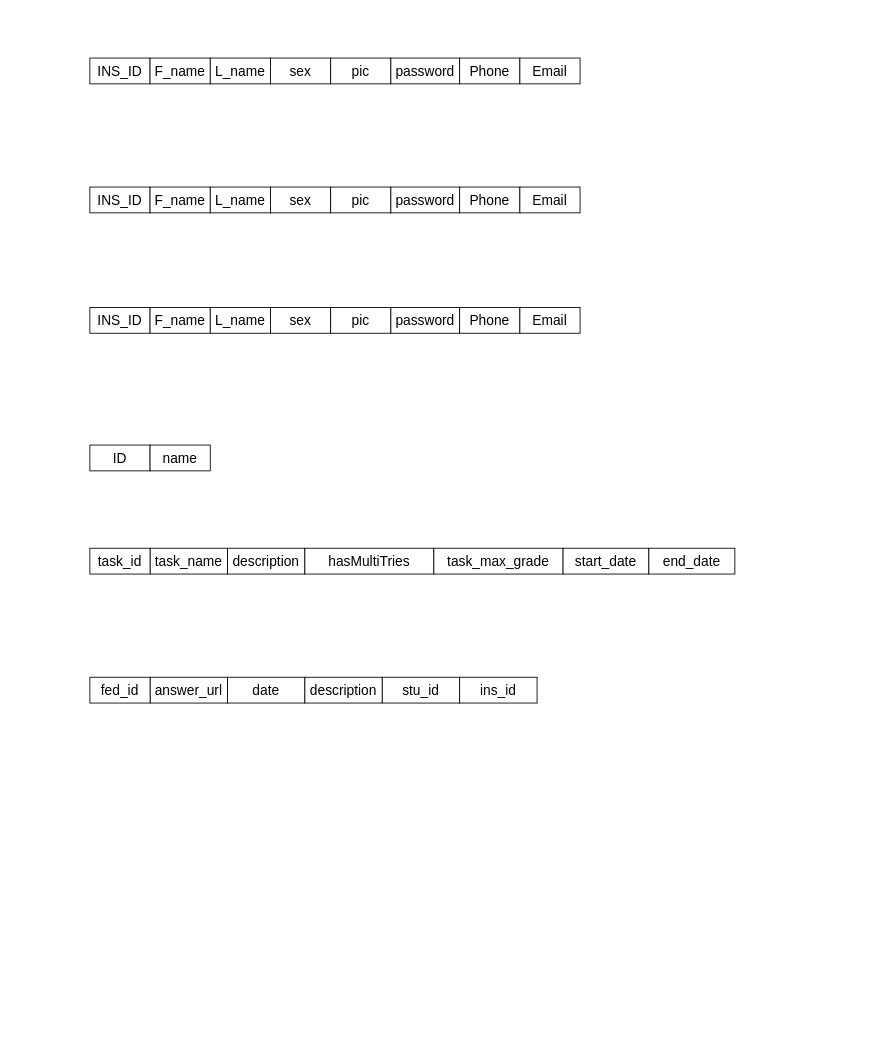
Before: page "Page-1" (1 of 2) of relational_schema.drawio in Nawaf9529/project-diagrams-1, a draw.io diagram. Source tidied: cells renumbered, new cells numbered last; positions are measured from the earlier drawing's top-left corner, leaving out a move shared by most shapes. Both pictures are drawn from the tidied source at 86%, with x=0, y=0 at pixel (89, 58).
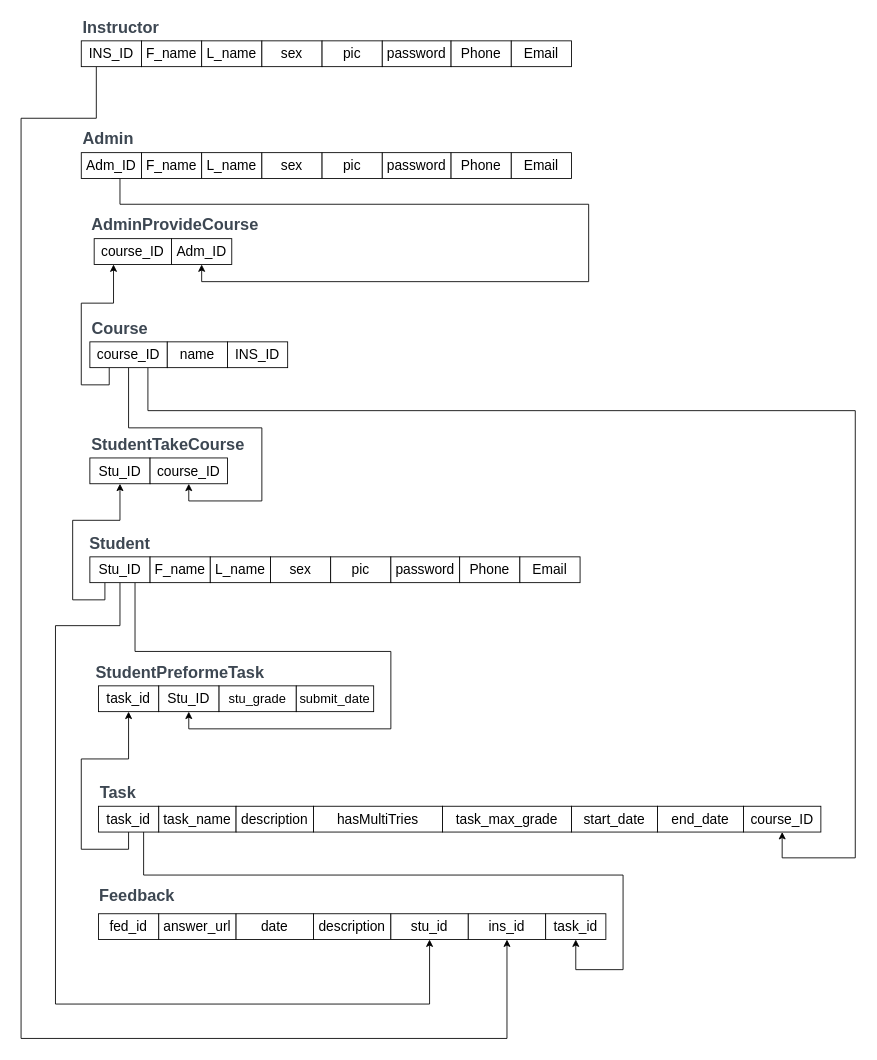
The same diagram, later.

Diff of the diagram source:
```diff
@@
+    <mxCell id="41" style="edgeStyle=orthogonalEdgeStyle;rounded=0;jettySize=auto;html=1;exitX=0.25;exitY=1;exitDx=0;exitDy=0;entryX=0.5;entryY=1;entryDx=0;entryDy=0;" parent="1" edge="1" source="2" target="40">
+      <mxGeometry relative="1" as="geometry">
+        <Array as="points">
+          <mxPoint x="8" y="70" />
+          <mxPoint x="-80" y="70" />
+          <mxPoint x="-80" y="1140" />
+          <mxPoint x="485" y="1140" />
+        </Array>
+      </mxGeometry>
+    </mxCell>
     <mxCell id="2" value="&lt;font style=&quot;font-size: 16px;&quot;&gt;INS_ID&lt;/font&gt;" style="rounded=0;whiteSpace=wrap;html=1;" parent="1" vertex="1">
-      <mxGeometry width="70" height="30" as="geometry" />
+      <mxGeometry x="-10" y="-20" width="70" height="30" as="geometry" />
     </mxCell>
     <mxCell id="3" value="&lt;font style=&quot;font-size: 16px;&quot;&gt;F_name&lt;/font&gt;" style="rounded=0;whiteSpace=wrap;html=1;" parent="1" vertex="1">
-      <mxGeometry x="70" width="70" height="30" as="geometry" />
+      <mxGeometry x="60" y="-20" width="70" height="30" as="geometry" />
     </mxCell>
     <mxCell id="4" value="&lt;font style=&quot;font-size: 16px;&quot;&gt;L_name&lt;/font&gt;" style="rounded=0;whiteSpace=wrap;html=1;" parent="1" vertex="1">
-      <mxGeometry x="140" width="70" height="30" as="geometry" />
+      <mxGeometry x="130" y="-20" width="70" height="30" as="geometry" />
     </mxCell>
     <mxCell id="5" value="&lt;font style=&quot;font-size: 16px;&quot;&gt;sex&lt;/font&gt;" style="rounded=0;whiteSpace=wrap;html=1;" parent="1" vertex="1">
-      <mxGeometry x="210" width="70" height="30" as="geometry" />
+      <mxGeometry x="200" y="-20" width="70" height="30" as="geometry" />
     </mxCell>
     <mxCell id="6" value="&lt;font style=&quot;font-size: 16px;&quot;&gt;pic&lt;/font&gt;" style="rounded=0;whiteSpace=wrap;html=1;" parent="1" vertex="1">
-      <mxGeometry x="280" width="70" height="30" as="geometry" />
+      <mxGeometry x="270" y="-20" width="70" height="30" as="geometry" />
     </mxCell>
     <mxCell id="7" value="&lt;font style=&quot;font-size: 16px;&quot;&gt;password&lt;/font&gt;" style="rounded=0;whiteSpace=wrap;html=1;" parent="1" vertex="1">
-      <mxGeometry x="350" width="80" height="30" as="geometry" />
+      <mxGeometry x="340" y="-20" width="80" height="30" as="geometry" />
     </mxCell>
     <mxCell id="8" value="&lt;font style=&quot;font-size: 16px;&quot;&gt;Phone&lt;/font&gt;" style="rounded=0;whiteSpace=wrap;html=1;" parent="1" vertex="1">
-      <mxGeometry x="430" width="70" height="30" as="geometry" />
+      <mxGeometry x="420" y="-20" width="70" height="30" as="geometry" />
     </mxCell>
     <mxCell id="9" value="&lt;font style=&quot;font-size: 16px;&quot;&gt;Email&lt;/font&gt;" style="rounded=0;whiteSpace=wrap;html=1;" parent="1" vertex="1">
-      <mxGeometry x="500" width="70" height="30" as="geometry" />
+      <mxGeometry x="490" y="-20" width="70" height="30" as="geometry" />
     </mxCell>
+    <mxCell id="42" style="edgeStyle=orthogonalEdgeStyle;rounded=0;jettySize=auto;html=1;entryX=0.5;entryY=1;entryDx=0;entryDy=0;exitX=0.25;exitY=1;exitDx=0;exitDy=0;" parent="1" edge="1" source="10" target="60">
+      <mxGeometry relative="1" as="geometry" />
+    </mxCell>
+    <mxCell id="43" style="edgeStyle=orthogonalEdgeStyle;rounded=0;jettySize=auto;html=1;exitX=0.75;exitY=1;exitDx=0;exitDy=0;entryX=0.5;entryY=1;entryDx=0;entryDy=0;" parent="1" edge="1" source="10" target="66">
+      <mxGeometry relative="1" as="geometry">
+        <Array as="points">
+          <mxPoint x="53" y="690" />
+          <mxPoint x="350" y="690" />
+          <mxPoint x="350" y="780" />
+          <mxPoint x="115" y="780" />
+        </Array>
+      </mxGeometry>
+    </mxCell>
+    <mxCell id="44" style="edgeStyle=orthogonalEdgeStyle;rounded=0;jettySize=auto;html=1;exitX=0.5;exitY=1;exitDx=0;exitDy=0;entryX=0.5;entryY=1;entryDx=0;entryDy=0;" parent="1" edge="1" source="10" target="39">
+      <mxGeometry relative="1" as="geometry">
+        <Array as="points">
+          <mxPoint x="35" y="660" />
+          <mxPoint x="-40" y="660" />
+          <mxPoint x="-40" y="1100" />
+          <mxPoint x="395" y="1100" />
+        </Array>
+      </mxGeometry>
+    </mxCell>
-    <mxCell id="10" value="&lt;font style=&quot;font-size: 16px;&quot;&gt;INS_ID&lt;/font&gt;" style="rounded=0;whiteSpace=wrap;html=1;" parent="1" vertex="1">
-      <mxGeometry y="150" width="70" height="30" as="geometry" />
+    <mxCell id="10" value="&lt;font style=&quot;font-size: 16px;&quot;&gt;Stu_ID&lt;/font&gt;" style="rounded=0;whiteSpace=wrap;html=1;" parent="1" vertex="1">
+      <mxGeometry y="580" width="70" height="30" as="geometry" />
     </mxCell>
     <mxCell id="11" value="&lt;font style=&quot;font-size: 16px;&quot;&gt;F_name&lt;/font&gt;" style="rounded=0;whiteSpace=wrap;html=1;" parent="1" vertex="1">
-      <mxGeometry x="70" y="150" width="70" height="30" as="geometry" />
+      <mxGeometry x="70" y="580" width="70" height="30" as="geometry" />
     </mxCell>
     <mxCell id="12" value="&lt;font style=&quot;font-size: 16px;&quot;&gt;L_name&lt;/font&gt;" style="rounded=0;whiteSpace=wrap;html=1;" parent="1" vertex="1">
-      <mxGeometry x="140" y="150" width="70" height="30" as="geometry" />
+      <mxGeometry x="140" y="580" width="70" height="30" as="geometry" />
     </mxCell>
     <mxCell id="13" value="&lt;font style=&quot;font-size: 16px;&quot;&gt;sex&lt;/font&gt;" style="rounded=0;whiteSpace=wrap;html=1;" parent="1" vertex="1">
-      <mxGeometry x="210" y="150" width="70" height="30" as="geometry" />
+      <mxGeometry x="210" y="580" width="70" height="30" as="geometry" />
     </mxCell>
     <mxCell id="14" value="&lt;font style=&quot;font-size: 16px;&quot;&gt;pic&lt;/font&gt;" style="rounded=0;whiteSpace=wrap;html=1;" parent="1" vertex="1">
-      <mxGeometry x="280" y="150" width="70" height="30" as="geometry" />
+      <mxGeometry x="280" y="580" width="70" height="30" as="geometry" />
     </mxCell>
     <mxCell id="15" value="&lt;font style=&quot;font-size: 16px;&quot;&gt;password&lt;/font&gt;" style="rounded=0;whiteSpace=wrap;html=1;" parent="1" vertex="1">
-      <mxGeometry x="350" y="150" width="80" height="30" as="geometry" />
+      <mxGeometry x="350" y="580" width="80" height="30" as="geometry" />
     </mxCell>
     <mxCell id="16" value="&lt;font style=&quot;font-size: 16px;&quot;&gt;Phone&lt;/font&gt;" style="rounded=0;whiteSpace=wrap;html=1;" parent="1" vertex="1">
-      <mxGeometry x="430" y="150" width="70" height="30" as="geometry" />
+      <mxGeometry x="430" y="580" width="70" height="30" as="geometry" />
     </mxCell>
     <mxCell id="17" value="&lt;font style=&quot;font-size: 16px;&quot;&gt;Email&lt;/font&gt;" style="rounded=0;whiteSpace=wrap;html=1;" parent="1" vertex="1">
-      <mxGeometry x="500" y="150" width="70" height="30" as="geometry" />
+      <mxGeometry x="500" y="580" width="70" height="30" as="geometry" />
     </mxCell>
+    <mxCell id="45" style="edgeStyle=orthogonalEdgeStyle;rounded=0;jettySize=auto;html=1;exitX=0.5;exitY=1;exitDx=0;exitDy=0;entryX=0.5;entryY=1;entryDx=0;entryDy=0;" parent="1" edge="1" source="18" target="63">
+      <mxGeometry relative="1" as="geometry">
+        <Array as="points">
+          <mxPoint x="35" y="140" />
+          <mxPoint x="35" y="170" />
+          <mxPoint x="580" y="170" />
+          <mxPoint x="580" y="260" />
+          <mxPoint x="130" y="260" />
+        </Array>
+      </mxGeometry>
+    </mxCell>
-    <mxCell id="18" value="&lt;font style=&quot;font-size: 16px;&quot;&gt;INS_ID&lt;/font&gt;" style="rounded=0;whiteSpace=wrap;html=1;" parent="1" vertex="1">
-      <mxGeometry y="290" width="70" height="30" as="geometry" />
+    <mxCell id="18" value="&lt;font style=&quot;font-size: 16px;&quot;&gt;Adm_ID&lt;/font&gt;" style="rounded=0;whiteSpace=wrap;html=1;" parent="1" vertex="1">
+      <mxGeometry x="-10" y="110" width="70" height="30" as="geometry" />
     </mxCell>
     <mxCell id="19" value="&lt;font style=&quot;font-size: 16px;&quot;&gt;F_name&lt;/font&gt;" style="rounded=0;whiteSpace=wrap;html=1;" parent="1" vertex="1">
-      <mxGeometry x="70" y="290" width="70" height="30" as="geometry" />
+      <mxGeometry x="60" y="110" width="70" height="30" as="geometry" />
     </mxCell>
     <mxCell id="20" value="&lt;font style=&quot;font-size: 16px;&quot;&gt;L_name&lt;/font&gt;" style="rounded=0;whiteSpace=wrap;html=1;" parent="1" vertex="1">
-      <mxGeometry x="140" y="290" width="70" height="30" as="geometry" />
+      <mxGeometry x="130" y="110" width="70" height="30" as="geometry" />
     </mxCell>
     <mxCell id="21" value="&lt;font style=&quot;font-size: 16px;&quot;&gt;sex&lt;/font&gt;" style="rounded=0;whiteSpace=wrap;html=1;" parent="1" vertex="1">
-      <mxGeometry x="210" y="290" width="70" height="30" as="geometry" />
+      <mxGeometry x="200" y="110" width="70" height="30" as="geometry" />
     </mxCell>
     <mxCell id="22" value="&lt;font style=&quot;font-size: 16px;&quot;&gt;pic&lt;/font&gt;" style="rounded=0;whiteSpace=wrap;html=1;" parent="1" vertex="1">
-      <mxGeometry x="280" y="290" width="70" height="30" as="geometry" />
+      <mxGeometry x="270" y="110" width="70" height="30" as="geometry" />
     </mxCell>
     <mxCell id="23" value="&lt;font style=&quot;font-size: 16px;&quot;&gt;password&lt;/font&gt;" style="rounded=0;whiteSpace=wrap;html=1;" parent="1" vertex="1">
-      <mxGeometry x="350" y="290" width="80" height="30" as="geometry" />
+      <mxGeometry x="340" y="110" width="80" height="30" as="geometry" />
     </mxCell>
     <mxCell id="24" value="&lt;font style=&quot;font-size: 16px;&quot;&gt;Phone&lt;/font&gt;" style="rounded=0;whiteSpace=wrap;html=1;" parent="1" vertex="1">
-      <mxGeometry x="430" y="290" width="70" height="30" as="geometry" />
+      <mxGeometry x="420" y="110" width="70" height="30" as="geometry" />
     </mxCell>
     <mxCell id="25" value="&lt;font style=&quot;font-size: 16px;&quot;&gt;Email&lt;/font&gt;" style="rounded=0;whiteSpace=wrap;html=1;" parent="1" vertex="1">
-      <mxGeometry x="500" y="290" width="70" height="30" as="geometry" />
+      <mxGeometry x="490" y="110" width="70" height="30" as="geometry" />
     </mxCell>
+    <mxCell id="46" style="edgeStyle=orthogonalEdgeStyle;rounded=0;jettySize=auto;html=1;entryX=0.25;entryY=1;entryDx=0;entryDy=0;exitX=0.25;exitY=1;exitDx=0;exitDy=0;" parent="1" edge="1" source="26" target="64">
+      <mxGeometry relative="1" as="geometry">
+        <Array as="points">
+          <mxPoint x="23" y="380" />
+          <mxPoint x="-10" y="380" />
+          <mxPoint x="-10" y="285" />
+          <mxPoint x="28" y="285" />
+        </Array>
+      </mxGeometry>
+    </mxCell>
+    <mxCell id="47" style="edgeStyle=orthogonalEdgeStyle;rounded=0;jettySize=auto;html=1;exitX=0.5;exitY=1;exitDx=0;exitDy=0;entryX=0.5;entryY=1;entryDx=0;entryDy=0;" parent="1" edge="1" source="26" target="61">
+      <mxGeometry relative="1" as="geometry">
+        <Array as="points">
+          <mxPoint x="45" y="430" />
+          <mxPoint x="200" y="430" />
+          <mxPoint x="200" y="515" />
+          <mxPoint x="115" y="515" />
+        </Array>
+      </mxGeometry>
+    </mxCell>
+    <mxCell id="48" style="edgeStyle=orthogonalEdgeStyle;rounded=0;jettySize=auto;html=1;exitX=0.75;exitY=1;exitDx=0;exitDy=0;entryX=0.5;entryY=1;entryDx=0;entryDy=0;" parent="1" edge="1" source="26" target="69">
+      <mxGeometry relative="1" as="geometry">
+        <Array as="points">
+          <mxPoint x="68" y="410" />
+          <mxPoint x="890" y="410" />
+          <mxPoint x="890" y="930" />
+          <mxPoint x="805" y="930" />
+        </Array>
+      </mxGeometry>
+    </mxCell>
-    <mxCell id="26" value="&lt;span style=&quot;font-size: 16px;&quot;&gt;ID&lt;/span&gt;" style="rounded=0;whiteSpace=wrap;html=1;" parent="1" vertex="1">
-      <mxGeometry y="450" width="70" height="30" as="geometry" />
+    <mxCell id="26" value="&lt;span style=&quot;font-size: 16px;&quot;&gt;course_ID&lt;/span&gt;" style="rounded=0;whiteSpace=wrap;html=1;" parent="1" vertex="1">
+      <mxGeometry y="330" width="90" height="30" as="geometry" />
     </mxCell>
     <mxCell id="27" value="&lt;span style=&quot;font-size: 16px;&quot;&gt;name&lt;/span&gt;" style="rounded=0;whiteSpace=wrap;html=1;" parent="1" vertex="1">
-      <mxGeometry x="70" y="450" width="70" height="30" as="geometry" />
+      <mxGeometry x="90" y="330" width="70" height="30" as="geometry" />
     </mxCell>
     <mxCell id="28" value="&lt;span style=&quot;font-size: 16px;&quot;&gt;task_name&lt;/span&gt;" style="rounded=0;whiteSpace=wrap;html=1;" parent="1" vertex="1">
-      <mxGeometry x="70" y="570" width="90" height="30" as="geometry" />
+      <mxGeometry x="80" y="870" width="90" height="30" as="geometry" />
     </mxCell>
+    <mxCell id="49" style="edgeStyle=orthogonalEdgeStyle;rounded=0;jettySize=auto;html=1;exitX=0.5;exitY=1;exitDx=0;exitDy=0;entryX=0.5;entryY=1;entryDx=0;entryDy=0;" parent="1" edge="1" source="29" target="67">
+      <mxGeometry relative="1" as="geometry" />
+    </mxCell>
+    <mxCell id="50" style="edgeStyle=orthogonalEdgeStyle;rounded=0;jettySize=auto;html=1;exitX=0.75;exitY=1;exitDx=0;exitDy=0;entryX=0.5;entryY=1;entryDx=0;entryDy=0;" parent="1" edge="1" source="29" target="55">
+      <mxGeometry relative="1" as="geometry">
+        <Array as="points">
+          <mxPoint x="63" y="950" />
+          <mxPoint x="620" y="950" />
+          <mxPoint x="620" y="1060" />
+          <mxPoint x="565" y="1060" />
+        </Array>
+      </mxGeometry>
+    </mxCell>
     <mxCell id="29" value="&lt;span style=&quot;font-size: 16px;&quot;&gt;task_id&lt;/span&gt;" style="rounded=0;whiteSpace=wrap;html=1;" parent="1" vertex="1">
-      <mxGeometry y="570" width="70" height="30" as="geometry" />
+      <mxGeometry x="10" y="870" width="70" height="30" as="geometry" />
     </mxCell>
     <mxCell id="30" value="&lt;span style=&quot;font-size: 16px;&quot;&gt;description&lt;/span&gt;" style="rounded=0;whiteSpace=wrap;html=1;" parent="1" vertex="1">
-      <mxGeometry x="160" y="570" width="90" height="30" as="geometry" />
+      <mxGeometry x="170" y="870" width="90" height="30" as="geometry" />
     </mxCell>
     <mxCell id="31" value="&lt;span style=&quot;font-size: 16px;&quot;&gt;hasMultiTries&lt;/span&gt;" style="rounded=0;whiteSpace=wrap;html=1;" parent="1" vertex="1">
-      <mxGeometry x="250" y="570" width="150" height="30" as="geometry" />
+      <mxGeometry x="260" y="870" width="150" height="30" as="geometry" />
     </mxCell>
     <mxCell id="32" value="&lt;span style=&quot;font-size: 16px;&quot;&gt;start_date&lt;/span&gt;" style="rounded=0;whiteSpace=wrap;html=1;" parent="1" vertex="1">
-      <mxGeometry x="550" y="570" width="100" height="30" as="geometry" />
+      <mxGeometry x="560" y="870" width="100" height="30" as="geometry" />
     </mxCell>
     <mxCell id="33" value="&lt;span style=&quot;font-size: 16px;&quot;&gt;end_date&lt;/span&gt;" style="rounded=0;whiteSpace=wrap;html=1;" parent="1" vertex="1">
-      <mxGeometry x="650" y="570" width="100" height="30" as="geometry" />
+      <mxGeometry x="660" y="870" width="100" height="30" as="geometry" />
     </mxCell>
     <mxCell id="34" value="&lt;span style=&quot;font-size: 16px;&quot;&gt;task_max_grade&lt;/span&gt;" style="rounded=0;whiteSpace=wrap;html=1;" parent="1" vertex="1">
-      <mxGeometry x="400" y="570" width="150" height="30" as="geometry" />
+      <mxGeometry x="410" y="870" width="150" height="30" as="geometry" />
     </mxCell>
     <mxCell id="35" value="&lt;span style=&quot;font-size: 16px;&quot;&gt;answer_url&lt;/span&gt;" style="rounded=0;whiteSpace=wrap;html=1;" parent="1" vertex="1">
-      <mxGeometry x="70" y="720" width="90" height="30" as="geometry" />
+      <mxGeometry x="80" y="995" width="90" height="30" as="geometry" />
     </mxCell>
     <mxCell id="36" value="&lt;span style=&quot;font-size: 16px;&quot;&gt;fed_id&lt;/span&gt;" style="rounded=0;whiteSpace=wrap;html=1;" parent="1" vertex="1">
-      <mxGeometry y="720" width="70" height="30" as="geometry" />
+      <mxGeometry x="10" y="995" width="70" height="30" as="geometry" />
     </mxCell>
     <mxCell id="37" value="&lt;span style=&quot;font-size: 16px;&quot;&gt;date&lt;/span&gt;" style="rounded=0;whiteSpace=wrap;html=1;" parent="1" vertex="1">
-      <mxGeometry x="160" y="720" width="90" height="30" as="geometry" />
+      <mxGeometry x="170" y="995" width="90" height="30" as="geometry" />
     </mxCell>
     <mxCell id="38" value="&lt;span style=&quot;font-size: 16px;&quot;&gt;description&lt;/span&gt;" style="rounded=0;whiteSpace=wrap;html=1;" parent="1" vertex="1">
-      <mxGeometry x="250" y="720" width="90" height="30" as="geometry" />
+      <mxGeometry x="260" y="995" width="90" height="30" as="geometry" />
     </mxCell>
     <mxCell id="39" value="&lt;span style=&quot;font-size: 16px;&quot;&gt;stu_id&lt;/span&gt;" style="rounded=0;whiteSpace=wrap;html=1;" parent="1" vertex="1">
-      <mxGeometry x="340" y="720" width="90" height="30" as="geometry" />
+      <mxGeometry x="350" y="995" width="90" height="30" as="geometry" />
     </mxCell>
     <mxCell id="40" value="&lt;span style=&quot;font-size: 16px;&quot;&gt;ins_id&lt;/span&gt;" style="rounded=0;whiteSpace=wrap;html=1;" parent="1" vertex="1">
-      <mxGeometry x="430" y="720" width="90" height="30" as="geometry" />
+      <mxGeometry x="440" y="995" width="90" height="30" as="geometry" />
     </mxCell>
+    <mxCell id="51" value="&lt;span style=&quot;color: rgb(61, 71, 82);&quot;&gt;&lt;font style=&quot;font-size: 19px;&quot;&gt;Instructor&lt;/font&gt;&lt;/span&gt;" style="text;html=1;align=left;verticalAlign=middle;whiteSpace=wrap;rounded=0;fontStyle=1;" parent="1" vertex="1">
+      <mxGeometry x="-10" y="-50" width="100" height="30" as="geometry" />
+    </mxCell>
+    <mxCell id="52" value="&lt;span style=&quot;color: rgb(61, 71, 82);&quot;&gt;&lt;font style=&quot;font-size: 19px;&quot;&gt;Student&lt;/font&gt;&lt;/span&gt;" style="text;html=1;align=center;verticalAlign=middle;whiteSpace=wrap;rounded=0;fontStyle=1;" parent="1" vertex="1">
+      <mxGeometry x="-15" y="550" width="100" height="30" as="geometry" />
+    </mxCell>
+    <mxCell id="53" value="&lt;span style=&quot;color: rgb(61, 71, 82);&quot;&gt;&lt;font style=&quot;font-size: 19px;&quot;&gt;Admin&lt;/font&gt;&lt;/span&gt;" style="text;html=1;align=left;verticalAlign=middle;whiteSpace=wrap;rounded=0;fontStyle=1;" parent="1" vertex="1">
+      <mxGeometry x="-10" y="80" width="80" height="30" as="geometry" />
+    </mxCell>
+    <mxCell id="54" value="&lt;font style=&quot;font-size: 16px;&quot;&gt;INS_ID&lt;/font&gt;" style="rounded=0;whiteSpace=wrap;html=1;" parent="1" vertex="1">
+      <mxGeometry x="160" y="330" width="70" height="30" as="geometry" />
+    </mxCell>
+    <mxCell id="55" value="&lt;span style=&quot;font-size: 16px;&quot;&gt;task_id&lt;/span&gt;" style="rounded=0;whiteSpace=wrap;html=1;" parent="1" vertex="1">
+      <mxGeometry x="530" y="995" width="70" height="30" as="geometry" />
+    </mxCell>
+    <mxCell id="56" value="&lt;span style=&quot;color: rgb(61, 71, 82);&quot;&gt;&lt;font style=&quot;font-size: 19px;&quot;&gt;Task&lt;/font&gt;&lt;/span&gt;" style="text;html=1;align=left;verticalAlign=middle;whiteSpace=wrap;rounded=0;fontStyle=1;" parent="1" vertex="1">
+      <mxGeometry x="10" y="840" width="70" height="30" as="geometry" />
+    </mxCell>
+    <mxCell id="57" value="&lt;span style=&quot;color: rgb(61, 71, 82);&quot;&gt;&lt;font style=&quot;font-size: 19px;&quot;&gt;Course&lt;/font&gt;&lt;/span&gt;" style="text;html=1;align=center;verticalAlign=middle;whiteSpace=wrap;rounded=0;fontStyle=1;" parent="1" vertex="1">
+      <mxGeometry x="-15" y="300" width="100" height="30" as="geometry" />
+    </mxCell>
+    <mxCell id="58" value="&lt;span style=&quot;font-size: 15px;&quot;&gt;&lt;font face=&quot;Helvetica&quot;&gt;stu_grade&lt;/font&gt;&lt;/span&gt;" style="rounded=0;whiteSpace=wrap;html=1;" parent="1" vertex="1">
+      <mxGeometry x="150" y="730" width="90" height="30" as="geometry" />
+    </mxCell>
+    <mxCell id="59" value="&lt;span style=&quot;color: rgb(61, 71, 82);&quot;&gt;&lt;font style=&quot;font-size: 19px;&quot;&gt;Feedback&lt;/font&gt;&lt;/span&gt;" style="text;html=1;align=center;verticalAlign=middle;whiteSpace=wrap;rounded=0;fontStyle=1;" parent="1" vertex="1">
+      <mxGeometry x="5" y="960" width="100" height="30" as="geometry" />
+    </mxCell>
+    <mxCell id="60" value="&lt;font style=&quot;font-size: 16px;&quot;&gt;Stu_ID&lt;/font&gt;" style="rounded=0;whiteSpace=wrap;html=1;" parent="1" vertex="1">
+      <mxGeometry y="465" width="70" height="30" as="geometry" />
+    </mxCell>
+    <mxCell id="61" value="&lt;span style=&quot;font-size: 16px;&quot;&gt;course_ID&lt;/span&gt;" style="rounded=0;whiteSpace=wrap;html=1;" parent="1" vertex="1">
+      <mxGeometry x="70" y="465" width="90" height="30" as="geometry" />
+    </mxCell>
+    <mxCell id="62" value="&lt;span style=&quot;color: rgb(61, 71, 82);&quot;&gt;&lt;font style=&quot;font-size: 19px;&quot;&gt;StudentTakeCourse&lt;/font&gt;&lt;/span&gt;" style="text;html=1;align=left;verticalAlign=middle;whiteSpace=wrap;rounded=0;fontStyle=1;" parent="1" vertex="1">
+      <mxGeometry y="435" width="180" height="30" as="geometry" />
+    </mxCell>
+    <mxCell id="63" value="&lt;font style=&quot;font-size: 16px;&quot;&gt;Adm_ID&lt;/font&gt;" style="rounded=0;whiteSpace=wrap;html=1;" parent="1" vertex="1">
+      <mxGeometry x="95" y="210" width="70" height="30" as="geometry" />
+    </mxCell>
+    <mxCell id="64" value="&lt;span style=&quot;font-size: 16px;&quot;&gt;course_ID&lt;/span&gt;" style="rounded=0;whiteSpace=wrap;html=1;" parent="1" vertex="1">
+      <mxGeometry x="5" y="210" width="90" height="30" as="geometry" />
+    </mxCell>
+    <mxCell id="65" value="&lt;span style=&quot;color: rgb(61, 71, 82);&quot;&gt;&lt;font style=&quot;font-size: 19px;&quot;&gt;AdminProvideCourse&lt;/font&gt;&lt;/span&gt;" style="text;html=1;align=left;verticalAlign=middle;whiteSpace=wrap;rounded=0;fontStyle=1;" parent="1" vertex="1">
+      <mxGeometry y="180" width="210" height="30" as="geometry" />
+    </mxCell>
+    <mxCell id="66" value="&lt;font style=&quot;font-size: 16px;&quot;&gt;Stu_ID&lt;/font&gt;" style="rounded=0;whiteSpace=wrap;html=1;" parent="1" vertex="1">
+      <mxGeometry x="80" y="730" width="70" height="30" as="geometry" />
+    </mxCell>
+    <mxCell id="67" value="&lt;span style=&quot;font-size: 16px;&quot;&gt;task_id&lt;/span&gt;" style="rounded=0;whiteSpace=wrap;html=1;" parent="1" vertex="1">
+      <mxGeometry x="10" y="730" width="70" height="30" as="geometry" />
+    </mxCell>
+    <mxCell id="68" value="&lt;span style=&quot;color: rgb(61, 71, 82);&quot;&gt;&lt;font style=&quot;font-size: 19px;&quot;&gt;StudentPreformeTask&lt;/font&gt;&lt;/span&gt;" style="text;html=1;align=left;verticalAlign=middle;whiteSpace=wrap;rounded=0;fontStyle=1;" parent="1" vertex="1">
+      <mxGeometry x="5" y="700" width="210" height="30" as="geometry" />
+    </mxCell>
+    <mxCell id="69" value="&lt;span style=&quot;font-size: 16px;&quot;&gt;course_ID&lt;/span&gt;" style="rounded=0;whiteSpace=wrap;html=1;" parent="1" vertex="1">
+      <mxGeometry x="760" y="870" width="90" height="30" as="geometry" />
+    </mxCell>
+    <mxCell id="70" value="&lt;span style=&quot;font-size: 15px;&quot;&gt;&lt;font face=&quot;Helvetica&quot; style=&quot;&quot;&gt;submit_date&lt;/font&gt;&lt;/span&gt;" style="rounded=0;whiteSpace=wrap;html=1;fontColor=default;" parent="1" vertex="1">
+      <mxGeometry x="240" y="730" width="90" height="30" as="geometry" />
+    </mxCell>
```
